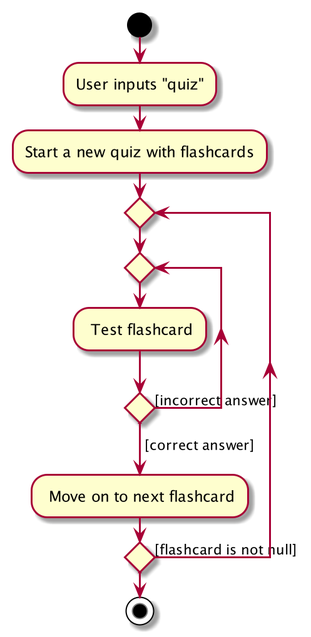
The PlantUML diagram docs/images/QuizActivityDiagram.png in zhizhizhizhizhi/tp, before a commit. Its source is kept beside it as docs/diagrams/QuizActivityDiagram.puml.
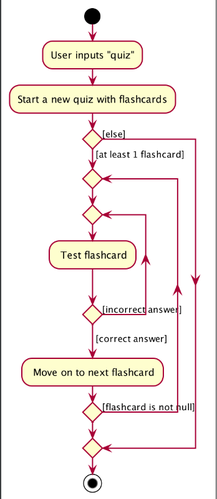
The same file after the commit.

Diff of the diagram source:
```diff
@@ -1,14 +1,17 @@
 @startuml
+!include style.puml
 start
 :User inputs "quiz";
 :Start a new quiz with flashcards;
-repeat
+if () then ([at least 1 flashcard])
     repeat
-    : Test flashcard;
-    repeat while () is ([incorrect answer])
-    -> [correct answer];
-    : Move on to next flashcard;
-repeat while () is ([flashcard is not null])
-
+        repeat
+        : Test flashcard;
+        repeat while () is ([incorrect answer])
+        -> [correct answer];
+        : Move on to next flashcard;
+    repeat while () is ([flashcard is not null])
+else ([else])
+endif
 stop
 @enduml
```
